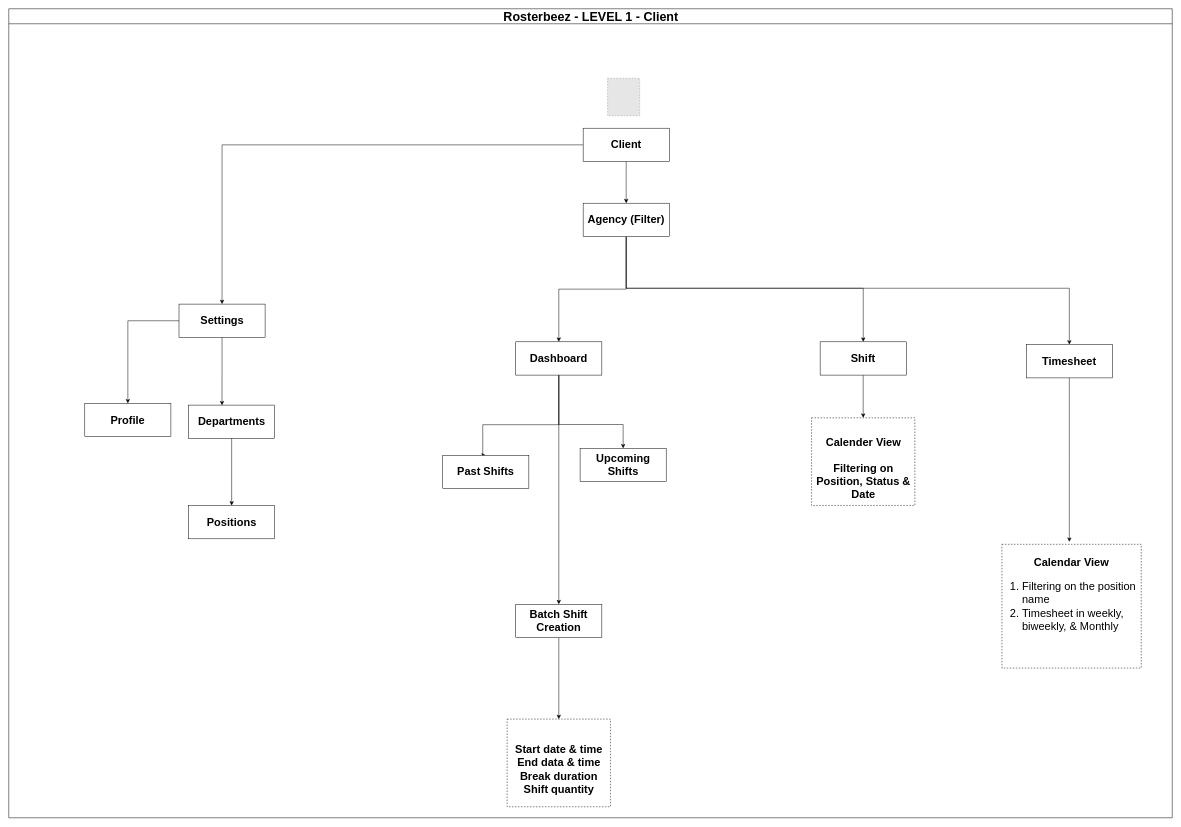
sachinjoseph26/diagrams keeps this draw.io diagram as page "Client" (2 of 3) of Rosterbeez.drawio. Above is the earlier version. Source tidied: cells renumbered, new cells numbered last; positions are measured from the earlier drawing's top-left corner, leaving out a move shared by most shapes. Both pictures are drawn from the tidied source at 50%, with x=0, y=0 at pixel (8, 8). Pictures stored in the file or linked from it are replaced by grey dashed boxes.
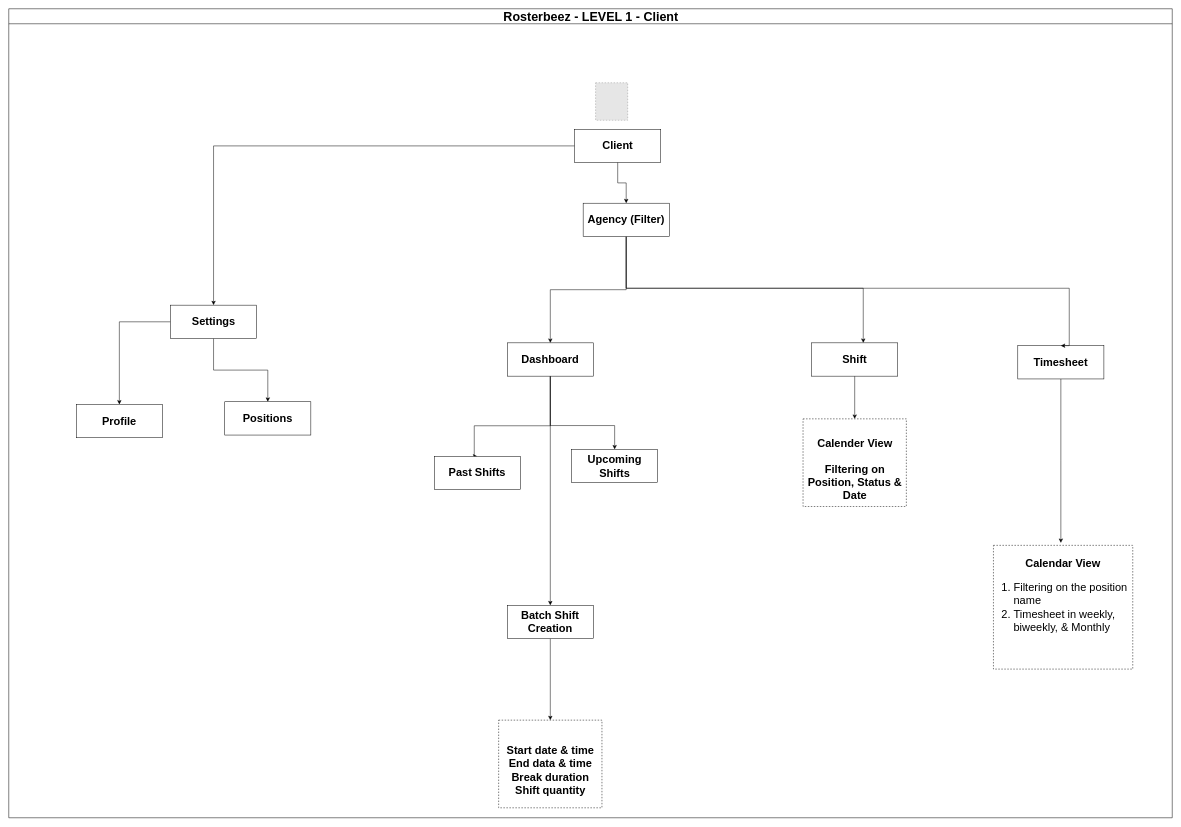
Above is the later version.

Unchanged cells that the change refers to:
```xml
<mxCell id="2" value="&lt;font style=&quot;font-size: 25px;&quot;&gt;Rosterbeez - LEVEL 1 - Client&lt;/font&gt;" style="swimlane;html=1;startSize=30;horizontal=1;containerType=tree;glass=0;labelBackgroundColor=none;" parent="1" vertex="1">
  <mxGeometry width="2327" height="1618" as="geometry" />
</mxCell>
<mxCell id="8" style="group;" parent="5" vertex="1">
  <mxGeometry y="351.8" width="581.4" height="268.5" as="geometry" />
</mxCell>
<mxCell id="12" value="&lt;span style=&quot;font-size: 22px;&quot;&gt;&lt;b&gt;Settings&lt;/b&gt;&lt;/span&gt;" style="rounded=0;whiteSpace=wrap;html=1;labelBackgroundColor=none;" parent="8" vertex="1">
  <mxGeometry x="271.5" width="172.2" height="66.6" as="geometry" />
</mxCell>
```

Change to the diagram source:
```diff
@@
     <mxCell id="3" style="group;" parent="2" vertex="1">
-      <mxGeometry x="69" y="139" width="2196" height="1356" as="geometry" />
+      <mxGeometry x="45" y="148" width="2196" height="1356" as="geometry" />
     </mxCell>
@@
     <mxCell id="5" style="group;" parent="3" vertex="1">
-      <mxGeometry y="99.9" width="2196" height="1256.1" as="geometry" />
+      <mxGeometry x="7" y="93" width="2196" height="1256.1" as="geometry" />
     </mxCell>
@@
-    <mxCell id="10" value="&lt;span style=&quot;font-size: 22px;&quot;&gt;&lt;b&gt;Departments&lt;/b&gt;&lt;/span&gt;" style="rounded=0;whiteSpace=wrap;html=1;labelBackgroundColor=none;" parent="8" vertex="1">
-      <mxGeometry x="290.7" y="202" width="172.2" height="66.6" as="geometry" />
-    </mxCell>
@@
+    <mxCell id="36" style="edgeStyle=orthogonalEdgeStyle;rounded=0;jettySize=auto;html=1;" parent="8" edge="1" source="12" target="29">
+      <mxGeometry relative="1" as="geometry" />
+    </mxCell>
@@
-    <mxCell id="13" style="edgeStyle=orthogonalEdgeStyle;rounded=0;jettySize=auto;html=1;entryX=0.388;entryY=0.007;entryDx=0;entryDy=0;entryPerimeter=0;" parent="8" edge="1" source="12" target="10">
-      <mxGeometry relative="1" as="geometry" />
-    </mxCell>
+    <mxCell id="29" value="&lt;span style=&quot;font-size: 22px;&quot;&gt;&lt;b&gt;Positions&lt;/b&gt;&lt;/span&gt;" style="rounded=0;whiteSpace=wrap;html=1;labelBackgroundColor=none;" parent="8" vertex="1">
+      <mxGeometry x="380" y="193.2" width="172.2" height="66.6" as="geometry" />
+    </mxCell>
@@
-    <mxCell id="29" value="&lt;span style=&quot;font-size: 22px;&quot;&gt;&lt;b&gt;Positions&lt;/b&gt;&lt;/span&gt;" style="rounded=0;whiteSpace=wrap;html=1;labelBackgroundColor=none;" parent="5" vertex="1">
-      <mxGeometry x="290.7" y="754.6" width="172.2" height="66.6" as="geometry" />
-    </mxCell>
-    <mxCell id="30" style="edgeStyle=orthogonalEdgeStyle;rounded=0;jettySize=auto;html=1;entryX=0.5;entryY=0;entryDx=0;entryDy=0;" parent="5" edge="1" source="10" target="29">
-      <mxGeometry relative="1" as="geometry" />
-    </mxCell>
```
